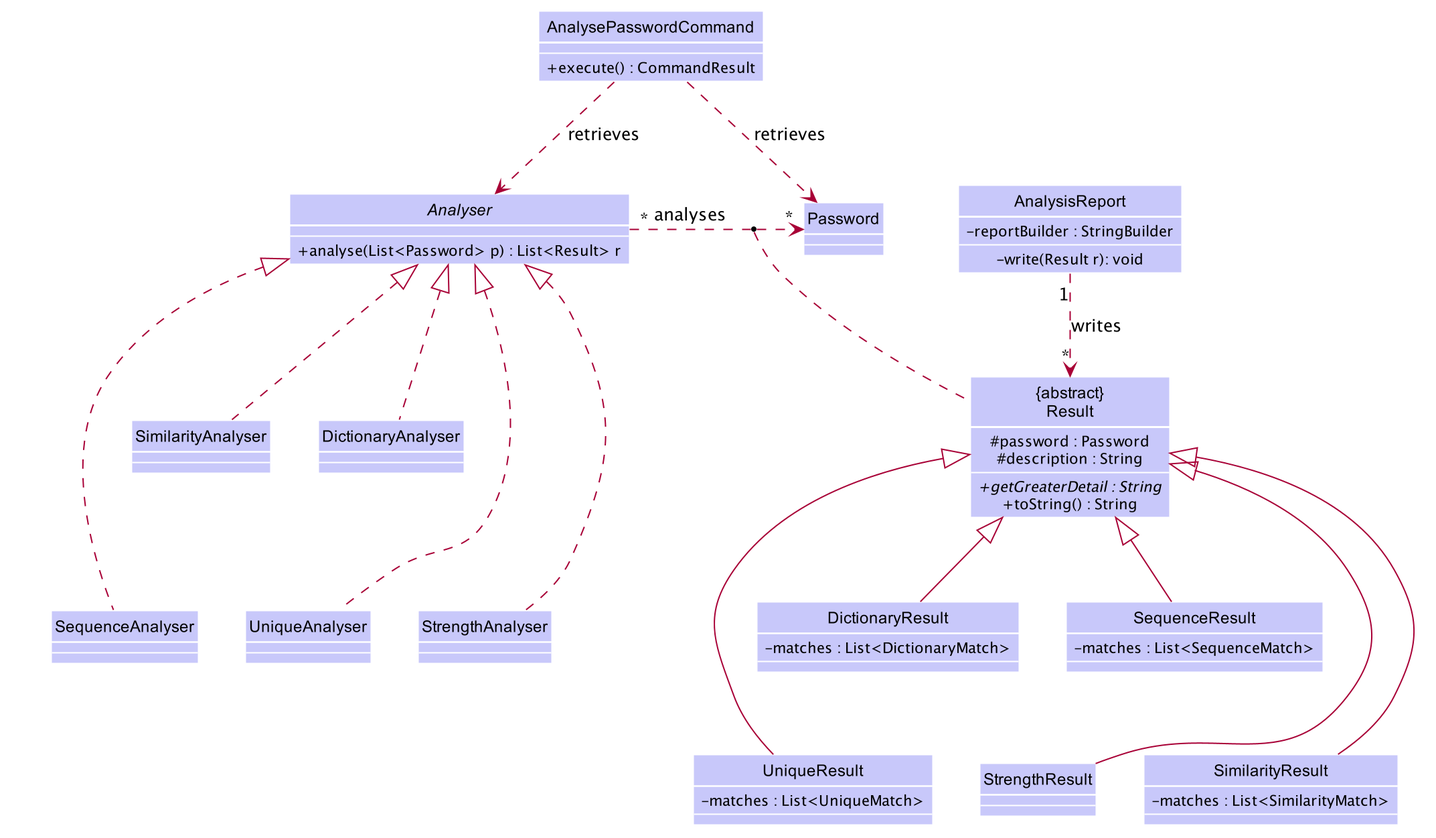
Above: docs/images/AnalyserClassDiagram.png in nus-cs2103-AY1920S1/addressbook-level3 (PlantUML), before the change. Its diagram source:
```plantuml
@startuml









skinparam BackgroundColor #FFFFFFF

skinparam Shadowing false

skinparam Class {
    FontColor #FFFFFF
    BorderThickness 1
    BorderColor #FFFFFF
    StereotypeFontColor #FFFFFF
    FontName Arial
}

skinparam Actor {
    BorderColor #000000
    Color #000000
    FontName Arial
}

skinparam Sequence {
    MessageAlign center
    BoxFontSize 15
    BoxPadding 0
    BoxFontColor #FFFFFF
    FontName Arial
}

skinparam Participant {
    FontColor #FFFFFFF
    Padding 20
}

skinparam MinClassWidth 50
skinparam ParticipantPadding 10
skinparam Shadowing false
skinparam DefaultTextAlignment center
skinparam packageStyle Rectangle

hide footbox
hide members
hide circle

Class AnalysePasswordCommand #C8C8FA{
--
+execute() : CommandResult
}

Class Password #C8C8FA
    Interface Analyser #C8C8FA {
    ----
    + analyse(List<Password> p) : List<Result> r
    }
together {
    Class DictionaryAnalyser #C8C8FA

    Class SimilarityAnalyser #C8C8FA

    Class SequenceAnalyser  #C8C8FA

    Class StrengthAnalyser  #C8C8FA

    Class UniqueAnalyser  #C8C8FA
}

Class "{abstract}\nResult" as Result #C8C8FA{
# password : Password
# description : String
---
+ {abstract} getGreaterDetail : String
+ toString() : String
}

together {
    Class DictionaryResult #C8C8FA{
    - matches : List<DictionaryMatch>
    }

    Class SimilarityResult #C8C8FA{
    - matches : List<SimilarityMatch>
    }

    Class SequenceResult #C8C8FA {
    - matches : List<SequenceMatch>
    }
    Class StrengthResult #C8C8FA

    Class UniqueResult #C8C8FA {
    - matches : List<UniqueMatch>
    }
}


Class AnalysisReport #C8C8FA{
-reportBuilder : StringBuilder
----
- write(Result r): void
}

AnalysePasswordCommand .> Password : retrieves
AnalysePasswordCommand .down.> Analyser : retrieves

Analyser "*" .right.> "*" Password : analyses
(Analyser, Password) .. Result

DictionaryAnalyser .up.|> Analyser
SimilarityAnalyser .up.|> Analyser
UniqueAnalyser .up.|> Analyser
SequenceAnalyser .up.|> Analyser
StrengthAnalyser .up.|> Analyser
UniqueAnalyser -[hidden]up- SimilarityAnalyser
SequenceAnalyser -[hidden]up UniqueAnalyser
StrengthAnalyser -[hidden]up SequenceAnalyser
SimilarityAnalyser -[hidden]up DictionaryAnalyser

AnalysisReport "1".down.>"*" Result : writes

DictionaryResult  -up-|> Result
SimilarityResult -up-|> Result
SequenceResult  -up-|> Result
UniqueResult -up-|> Result
StrengthResult  -up-|> Result
SimilarityResult -[hidden]up- SequenceResult
UniqueResult -[hidden]up- DictionaryResult
StrengthResult -[hidden]up- DictionaryResult

show members

skinparam classFontColor #000000
skinparam classAttributeIconSize 0
@enduml
```
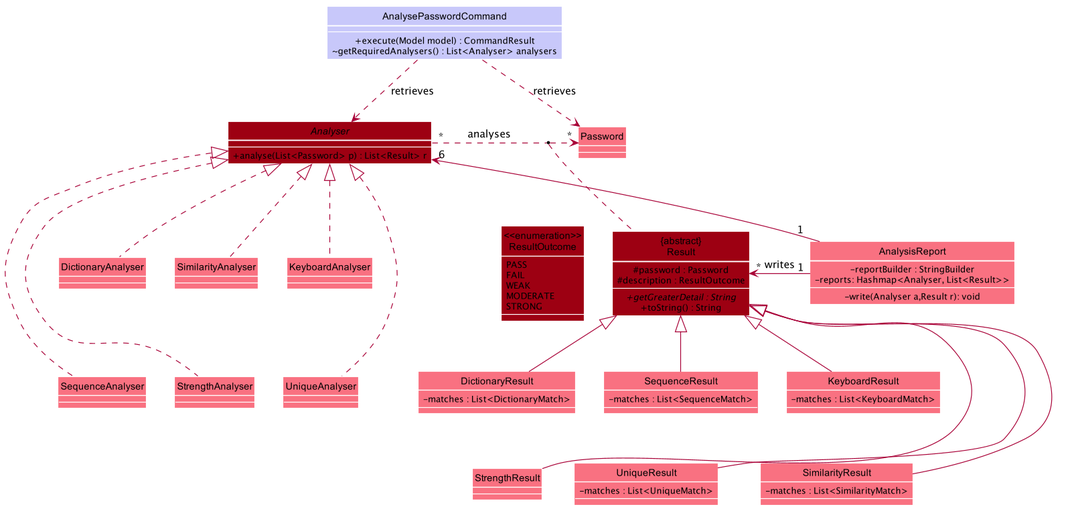
After the commit.

The edit, as a diff of the source:
```diff
@@ -1,4 +1,5 @@
 @startuml
+
 
 
 
@@ -51,58 +52,75 @@
 
 Class AnalysePasswordCommand #C8C8FA{
 --
-+execute() : CommandResult
++execute(Model model) : CommandResult
+ ~ getRequiredAnalysers() : List<Analyser> analysers
 }
 
-Class Password #C8C8FA
-    Interface Analyser #C8C8FA {
+Class Password #F97181
+    Interface Analyser #9D0012 {
     ----
     + analyse(List<Password> p) : List<Result> r
     }
 together {
-    Class DictionaryAnalyser #C8C8FA
+    Class DictionaryAnalyser #F97181
 
-    Class SimilarityAnalyser #C8C8FA
+    Class SimilarityAnalyser #F97181
 
-    Class SequenceAnalyser  #C8C8FA
+    Class SequenceAnalyser  #F97181
 
-    Class StrengthAnalyser  #C8C8FA
+    Class StrengthAnalyser  #F97181
 
-    Class UniqueAnalyser  #C8C8FA
+    Class UniqueAnalyser  #F97181
+
+    Class KeyboardAnalyser  #F97181
 }
 
-Class "{abstract}\nResult" as Result #C8C8FA{
+Class "{abstract}\nResult" as Result #9D0012 {
 # password : Password
-# description : String
+# description : ResultOutcome
 ---
 + {abstract} getGreaterDetail : String
 + toString() : String
 }
 
+Class "<<enumeration>>\nResultOutcome" #9D0012 {
+      PASS
+      FAIL
+      WEAK
+      MODERATE
+      STRONG
+    }
+
 together {
-    Class DictionaryResult #C8C8FA{
+
+    Class DictionaryResult #F97181 {
     - matches : List<DictionaryMatch>
     }
 
-    Class SimilarityResult #C8C8FA{
+    Class SimilarityResult #F97181{
     - matches : List<SimilarityMatch>
     }
 
-    Class SequenceResult #C8C8FA {
+    Class SequenceResult #F97181 {
     - matches : List<SequenceMatch>
     }
-    Class StrengthResult #C8C8FA
+    Class StrengthResult #F97181
 
-    Class UniqueResult #C8C8FA {
+    Class UniqueResult #F97181 {
     - matches : List<UniqueMatch>
+    }
+
+    Class KeyboardResult #F97181 {
+    - matches : List<KeyboardMatch>
     }
 }
 
 
-Class AnalysisReport #C8C8FA{
+Class AnalysisReport #F97181 {
 -reportBuilder : StringBuilder
+- reports: Hashmap<Analyser, List<Result>>
 ----
-- write(Result r): void
+- write(Analyser a,Result r): void
 }
 
 AnalysePasswordCommand .> Password : retrieves
@@ -111,6 +129,7 @@
 Analyser "*" .right.> "*" Password : analyses
 (Analyser, Password) .. Result
 
+KeyboardAnalyser .up.|> Analyser
 DictionaryAnalyser .up.|> Analyser
 SimilarityAnalyser .up.|> Analyser
 UniqueAnalyser .up.|> Analyser
@@ -121,8 +140,12 @@
 StrengthAnalyser -[hidden]up SequenceAnalyser
 SimilarityAnalyser -[hidden]up DictionaryAnalyser
 
-AnalysisReport "1".down.>"*" Result : writes
+Password -[hidden]down-> AnalysisReport : writes
+AnalysisReport "1"-left->"*" Result : writes
+AnalysisReport "1"-left->"6" Analyser
 
+Result -[hidden]left-> "<<enumeration>>\nResultOutcome"
+KeyboardResult  -up-|> Result
 DictionaryResult  -up-|> Result
 SimilarityResult -up-|> Result
 SequenceResult  -up-|> Result
@@ -132,6 +155,7 @@
 UniqueResult -[hidden]up- DictionaryResult
 StrengthResult -[hidden]up- DictionaryResult
 
+
 show members
 
 skinparam classFontColor #000000
```
